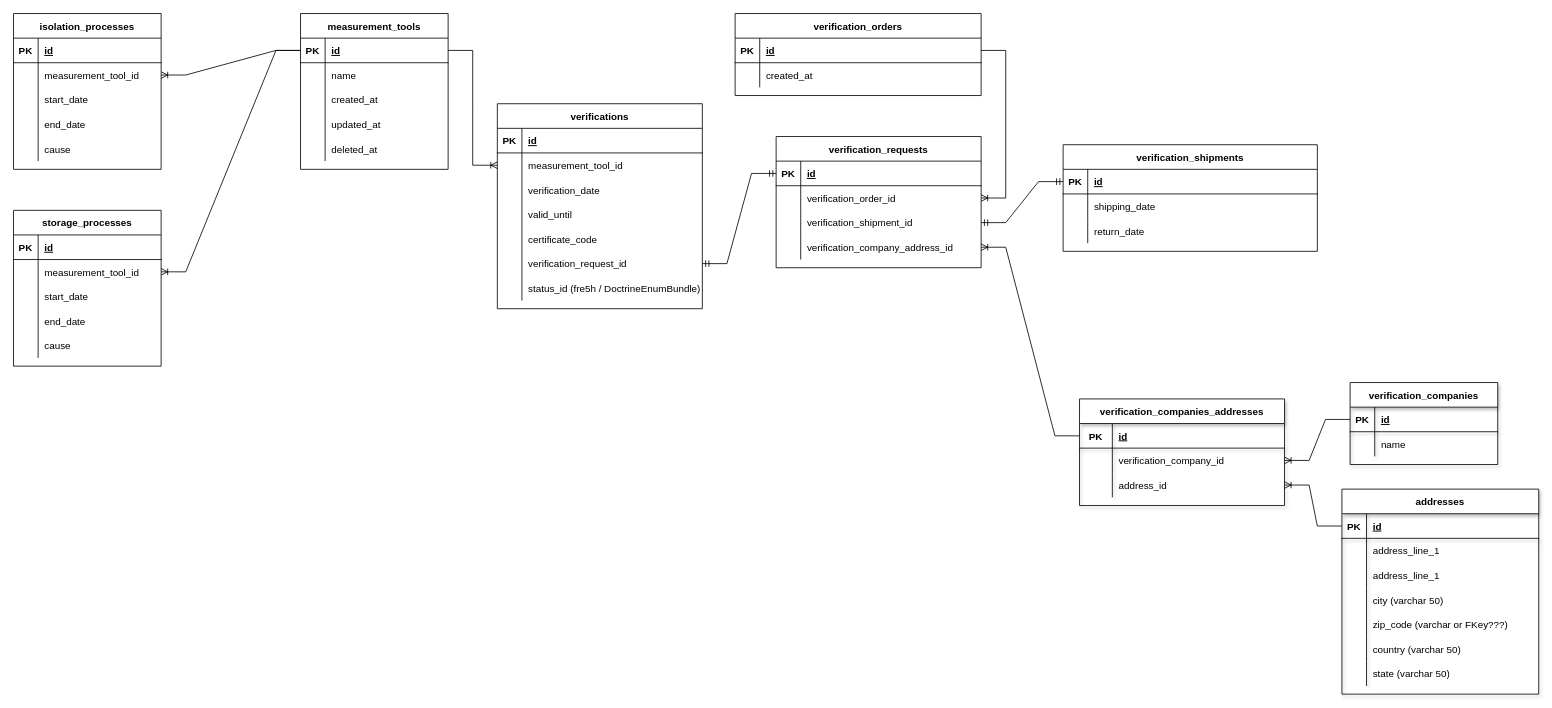
Earlier version of the draw.io diagram documentation/database_schema.drawio (low-blow/symfony-test). Source tidied: cells renumbered, new cells numbered last; positions are measured from the earlier drawing's top-left corner, leaving out a move shared by most shapes. Both pictures are drawn from the tidied source at 82%, with x=0, y=0 at pixel (13, 13).
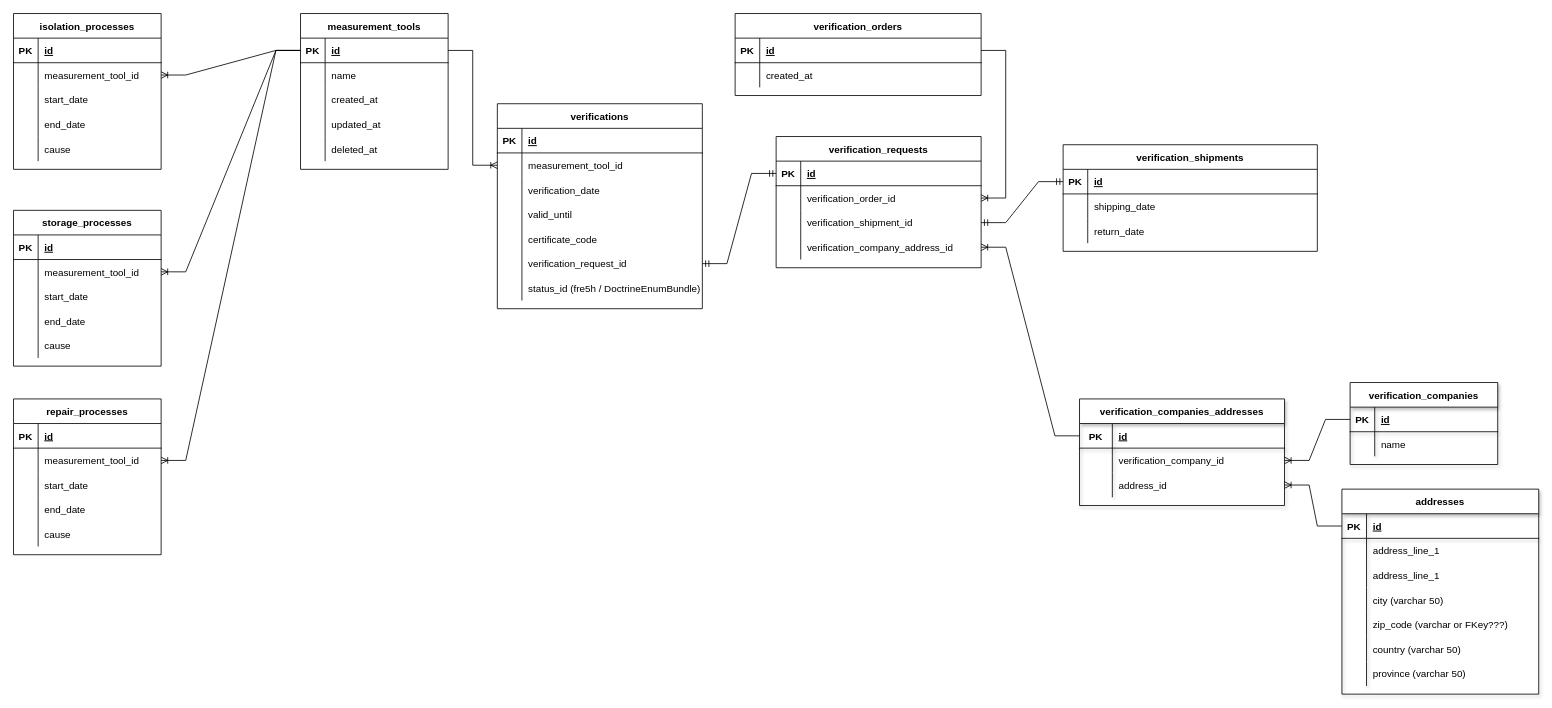
The same diagram, later.

The change refers to these unchanged cells:
```xml
<mxCell id="3" style="shape=tableRow;horizontal=0;startSize=0;swimlaneHead=0;swimlaneBody=0;fillColor=none;points=[[0,0.5],[1,0.5]];portConstraint=eastwest;top=0;left=0;right=0;bottom=1;" parent="2" vertex="1">
  <mxGeometry y="30" width="180" height="30" as="geometry" />
</mxCell>
<mxCell id="66" style="shape=tableRow;horizontal=0;startSize=0;swimlaneHead=0;swimlaneBody=0;fillColor=none;top=0;left=0;right=0;bottom=0;shadow=1;" parent="47" vertex="1">
  <mxGeometry y="210" width="240" height="30" as="geometry" />
</mxCell>
```

Diff of the diagram source:
```diff
@@
-    <mxCell id="68" value="state (varchar 50)" style="shape=partialRectangle;fillColor=none;top=0;left=0;bottom=0;right=0;align=left;spacingLeft=6;overflow=hidden;shadow=1;" parent="66" vertex="1">
+    <mxCell id="68" value="province (varchar 50)" style="shape=partialRectangle;fillColor=none;top=0;left=0;bottom=0;right=0;align=left;spacingLeft=6;overflow=hidden;shadow=1;" parent="66" vertex="1">
       <mxGeometry x="30" width="210" height="30" as="geometry" />
     </mxCell>
@@
+    <mxCell id="151" value="repair_processes" style="shape=table;startSize=30;childLayout=tableLayout;rowLines=0;fontStyle=1;align=center;" parent="1" vertex="1">
+      <mxGeometry y="470" width="180" height="190" as="geometry" />
+    </mxCell>
+    <mxCell id="152" style="shape=tableRow;horizontal=0;startSize=0;swimlaneHead=0;swimlaneBody=0;fillColor=none;top=0;left=0;right=0;bottom=1;" parent="151" vertex="1">
+      <mxGeometry y="30" width="180" height="30" as="geometry" />
+    </mxCell>
+    <mxCell id="153" value="PK" style="shape=partialRectangle;fillColor=none;top=0;left=0;bottom=0;right=0;fontStyle=1;overflow=hidden;" parent="152" vertex="1">
+      <mxGeometry width="30" height="30" as="geometry" />
+    </mxCell>
+    <mxCell id="154" value="id" style="shape=partialRectangle;fillColor=none;top=0;left=0;bottom=0;right=0;align=left;spacingLeft=6;fontStyle=5;overflow=hidden;" parent="152" vertex="1">
+      <mxGeometry x="30" width="150" height="30" as="geometry" />
+    </mxCell>
+    <mxCell id="155" style="shape=tableRow;horizontal=0;startSize=0;swimlaneHead=0;swimlaneBody=0;fillColor=none;points=[[0,0.5],[1,0.5]];portConstraint=eastwest;top=0;left=0;right=0;bottom=0;" parent="151" vertex="1">
+      <mxGeometry y="60" width="180" height="30" as="geometry" />
+    </mxCell>
+    <mxCell id="156" style="shape=partialRectangle;fillColor=none;top=0;left=0;bottom=0;right=0;overflow=hidden;" parent="155" vertex="1">
+      <mxGeometry width="30" height="30" as="geometry" />
+    </mxCell>
+    <mxCell id="157" value="measurement_tool_id" style="shape=partialRectangle;fillColor=none;top=0;left=0;bottom=0;right=0;align=left;spacingLeft=6;overflow=hidden;" parent="155" vertex="1">
+      <mxGeometry x="30" width="150" height="30" as="geometry" />
+    </mxCell>
+    <mxCell id="158" style="shape=tableRow;horizontal=0;startSize=0;swimlaneHead=0;swimlaneBody=0;fillColor=none;top=0;left=0;right=0;bottom=0;" parent="151" vertex="1">
+      <mxGeometry y="90" width="180" height="30" as="geometry" />
+    </mxCell>
+    <mxCell id="159" style="shape=partialRectangle;fillColor=none;top=0;left=0;bottom=0;right=0;overflow=hidden;" parent="158" vertex="1">
+      <mxGeometry width="30" height="30" as="geometry" />
+    </mxCell>
+    <mxCell id="160" value="start_date" style="shape=partialRectangle;fillColor=none;top=0;left=0;bottom=0;right=0;align=left;spacingLeft=6;overflow=hidden;" parent="158" vertex="1">
+      <mxGeometry x="30" width="150" height="30" as="geometry" />
+    </mxCell>
+    <mxCell id="161" style="shape=tableRow;horizontal=0;startSize=0;swimlaneHead=0;swimlaneBody=0;fillColor=none;top=0;left=0;right=0;bottom=0;" parent="151" vertex="1">
+      <mxGeometry y="120" width="180" height="30" as="geometry" />
+    </mxCell>
+    <mxCell id="162" style="shape=partialRectangle;fillColor=none;top=0;left=0;bottom=0;right=0;overflow=hidden;" parent="161" vertex="1">
+      <mxGeometry width="30" height="30" as="geometry" />
+    </mxCell>
+    <mxCell id="163" value="end_date" style="shape=partialRectangle;fillColor=none;top=0;left=0;bottom=0;right=0;align=left;spacingLeft=6;overflow=hidden;" parent="161" vertex="1">
+      <mxGeometry x="30" width="150" height="30" as="geometry" />
+    </mxCell>
+    <mxCell id="164" style="shape=tableRow;horizontal=0;startSize=0;swimlaneHead=0;swimlaneBody=0;fillColor=none;top=0;left=0;right=0;bottom=0;" parent="151" vertex="1">
+      <mxGeometry y="150" width="180" height="30" as="geometry" />
+    </mxCell>
+    <mxCell id="165" style="shape=partialRectangle;fillColor=none;top=0;left=0;bottom=0;right=0;overflow=hidden;" parent="164" vertex="1">
+      <mxGeometry width="30" height="30" as="geometry" />
+    </mxCell>
+    <mxCell id="166" value="cause" style="shape=partialRectangle;fillColor=none;top=0;left=0;bottom=0;right=0;align=left;spacingLeft=6;overflow=hidden;" parent="164" vertex="1">
+      <mxGeometry x="30" width="150" height="30" as="geometry" />
+    </mxCell>
+    <mxCell id="167" style="edgeStyle=entityRelationEdgeStyle;fontSize=12;html=1;endArrow=ERoneToMany;rounded=0;" parent="1" edge="1" source="3" target="155">
+      <mxGeometry relative="1" as="geometry" />
+    </mxCell>
```
